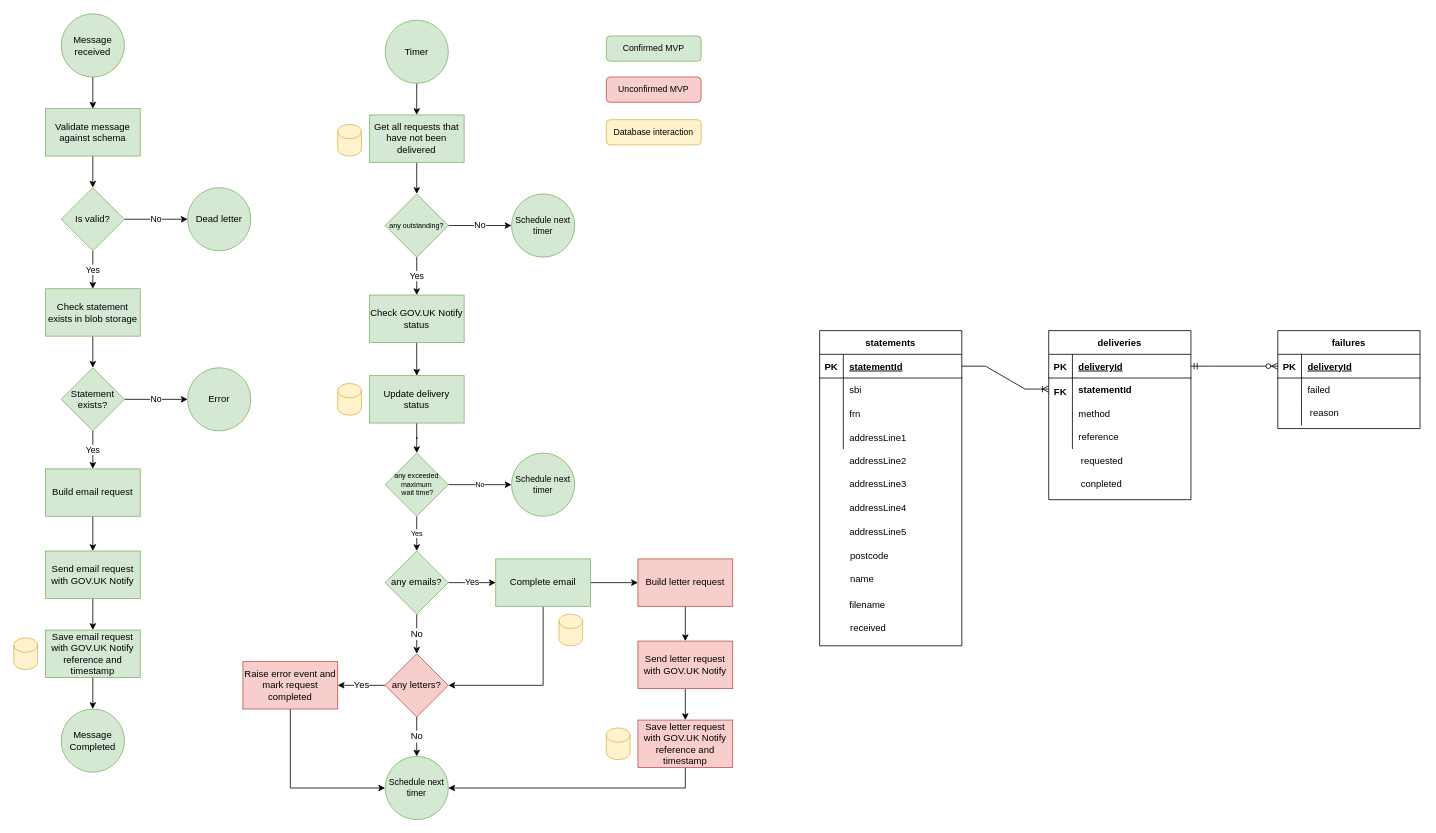
Before: Payments/ffc-pay-statement-publisher.drawio in DEFRA/ffc-diagrams, a draw.io diagram. Source tidied: cells renumbered, new cells numbered last; positions are measured from the earlier drawing's top-left corner, leaving out a move shared by most shapes. Both pictures are drawn from the tidied source at 79%, with x=0, y=0 at pixel (13, 13).
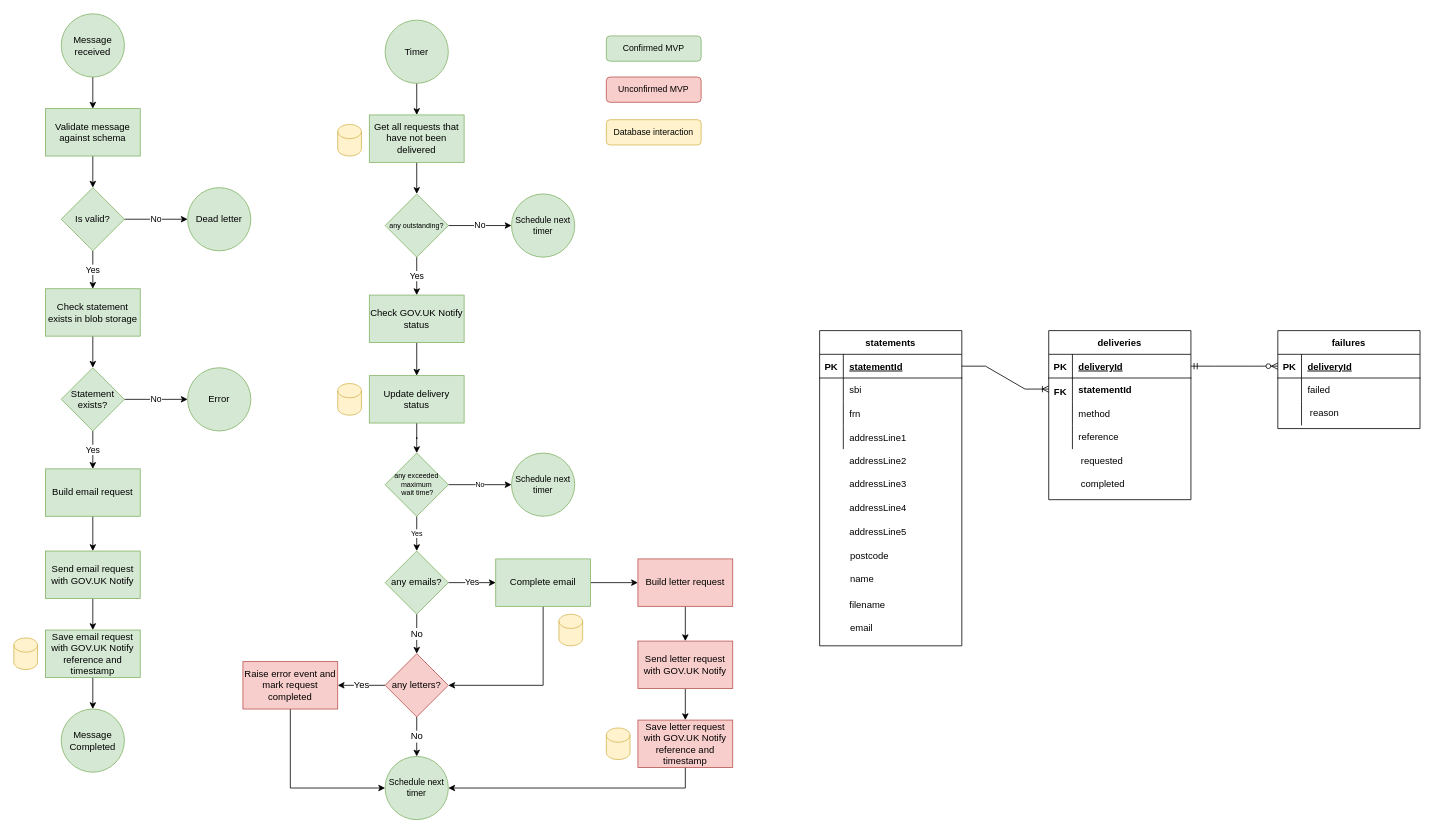
The same page after the edit.

What changed in the source:
```diff
@@
-    <mxCell id="105" value="received" style="shape=partialRectangle;fillColor=none;top=0;left=0;bottom=0;right=0;align=left;spacingLeft=6;overflow=hidden;" parent="1" vertex="1">
+    <mxCell id="105" value="email" style="shape=partialRectangle;fillColor=none;top=0;left=0;bottom=0;right=0;align=left;spacingLeft=6;overflow=hidden;" parent="1" vertex="1">
       <mxGeometry x="1051" y="762" width="150" height="30" as="geometry" />
     </mxCell>
@@
-    <mxCell id="109" value="conpleted" style="shape=partialRectangle;fillColor=none;top=0;left=0;bottom=0;right=0;align=left;spacingLeft=6;overflow=hidden;" parent="1" vertex="1">
+    <mxCell id="109" value="completed" style="shape=partialRectangle;fillColor=none;top=0;left=0;bottom=0;right=0;align=left;spacingLeft=6;overflow=hidden;" parent="1" vertex="1">
       <mxGeometry x="1343" y="580" width="150" height="30" as="geometry" />
     </mxCell>
```
